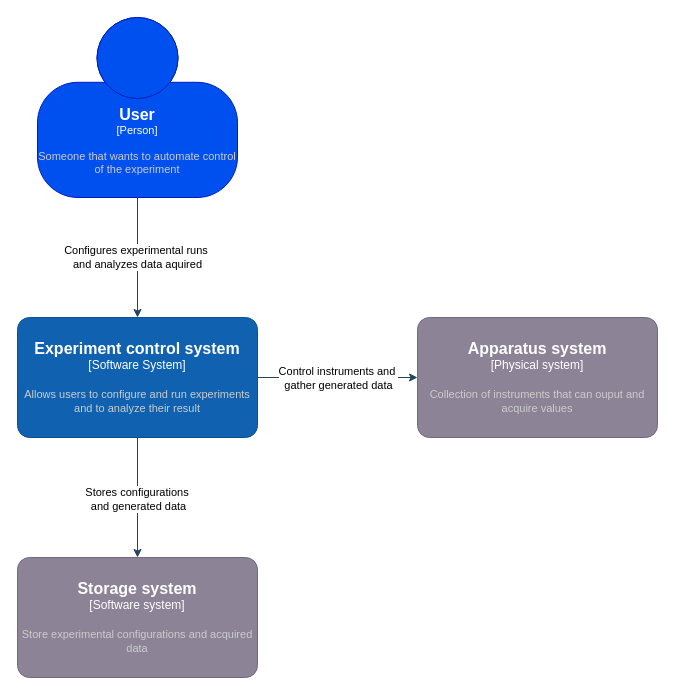
The draw.io diagram doc/source/explanations/system_context_diagram.drawio in light-scattering-iogs/caqtus, before the edit. Source tidied: cells renumbered, new cells numbered last; positions are measured from the earlier drawing's top-left corner, leaving out a move shared by most shapes. Both pictures are drawn from the tidied source at 100%, with x=0, y=0 at pixel (17, 17).
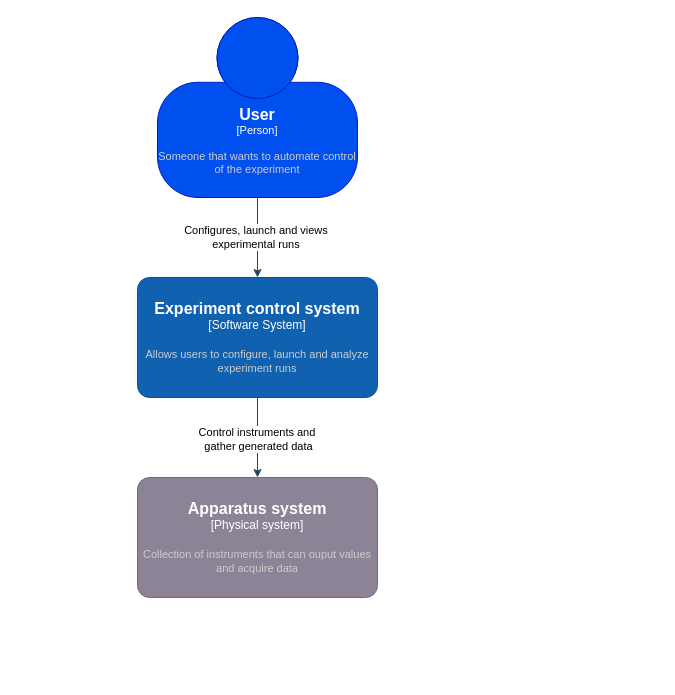
The same diagram, later.

Commit message (it also covers changes not shown here):
Improve system and container diagram in doc

What changed in the source:
```diff
@@
 <mxGraphModel background="#ffffff">
   <root>
     <mxCell id="0" />
     <mxCell id="1" parent="0" />
     <object id="2" label="&lt;font style=&quot;font-size: 16px&quot;&gt;&lt;b&gt;%c4Name%&lt;/b&gt;&lt;/font&gt;&lt;div&gt;[%c4Type%]&lt;/div&gt;&lt;br&gt;&lt;div&gt;&lt;font style=&quot;font-size: 11px&quot;&gt;&lt;font color=&quot;#cccccc&quot;&gt;%c4Description%&lt;/font&gt;&lt;/div&gt;" c4Description="Someone that wants to automate control of the experiment" c4Name="User" c4Type="Person" placeholders="1">
       <mxCell style="html=1;fontSize=11;dashed=0;whiteSpace=wrap;fillColor=#0050ef;strokeColor=#001DBC;fontColor=#ffffff;shape=mxgraph.c4.person2;align=center;points=[[0.5,0,0],[1,0.5,0],[1,0.75,0],[0.75,1,0],[0.5,1,0],[0.25,1,0],[0,0.75,0],[0,0.5,0]];" parent="1" vertex="1">
-        <mxGeometry x="20" width="200" height="180" as="geometry" />
+        <mxGeometry x="140" width="200" height="180" as="geometry" />
       </mxCell>
     </object>
-    <object id="3" label="&lt;font style=&quot;font-size: 16px&quot;&gt;&lt;b&gt;%c4Name%&lt;/b&gt;&lt;/font&gt;&lt;div&gt;[%c4Type%]&lt;/div&gt;&lt;br&gt;&lt;div&gt;&lt;font style=&quot;font-size: 11px&quot;&gt;&lt;font color=&quot;#cccccc&quot;&gt;%c4Description%&lt;/font&gt;&lt;/div&gt;" c4Description="Allows users to configure and run experiments and to analyze their result" c4Name="Experiment control system" c4Type="Software System" placeholders="1">
+    <object id="3" label="&lt;font style=&quot;font-size: 16px&quot;&gt;&lt;b&gt;%c4Name%&lt;/b&gt;&lt;/font&gt;&lt;div&gt;[%c4Type%]&lt;/div&gt;&lt;br&gt;&lt;div&gt;&lt;font style=&quot;font-size: 11px&quot;&gt;&lt;font color=&quot;#cccccc&quot;&gt;%c4Description%&lt;/font&gt;&lt;/div&gt;" c4Description="Allows users to configure, launch and analyze experiment runs" c4Name="Experiment control system" c4Type="Software System" placeholders="1">
       <mxCell style="rounded=1;whiteSpace=wrap;html=1;labelBackgroundColor=none;fillColor=#1061B0;fontColor=#ffffff;align=center;arcSize=10;strokeColor=#0D5091;points=[[0.25,0,0],[0.5,0,0],[0.75,0,0],[1,0.25,0],[1,0.5,0],[1,0.75,0],[0.75,1,0],[0.5,1,0],[0.25,1,0],[0,0.75,0],[0,0.5,0],[0,0.25,0]];" parent="1" vertex="1">
-        <mxGeometry y="300" width="240" height="120" as="geometry" />
+        <mxGeometry x="120" y="260" width="240" height="120" as="geometry" />
       </mxCell>
     </object>
     <mxCell id="4" style="edgeStyle=orthogonalEdgeStyle;rounded=0;jettySize=auto;html=1;entryX=0.5;entryY=0;entryDx=0;entryDy=0;entryPerimeter=0;strokeColor=#23445D;" parent="1" edge="1" source="2" target="3">
       <mxGeometry relative="1" as="geometry" />
     </mxCell>
-    <mxCell id="5" value="Configures experimental runs&amp;nbsp;&lt;div&gt;and analyzes data aquired&lt;/div&gt;" style="edgeLabel;html=1;align=center;verticalAlign=middle;strokeColor=#FFFFFF;fontColor=#000000;fillColor=#182E3E;labelBackgroundColor=#ffffff;" parent="4" vertex="1">
+    <mxCell id="5" value="Configures, launch and views&amp;nbsp;&lt;div&gt;experimental runs&amp;nbsp;&lt;/div&gt;" style="edgeLabel;html=1;align=center;verticalAlign=middle;strokeColor=#FFFFFF;fontColor=#000000;fillColor=#182E3E;labelBackgroundColor=#ffffff;" parent="4" vertex="1">
       <mxGeometry x="-0.02" y="-1" relative="1" as="geometry" />
     </mxCell>
-    <object id="6" label="&lt;font style=&quot;font-size: 16px&quot;&gt;&lt;b&gt;%c4Name%&lt;/b&gt;&lt;/font&gt;&lt;div&gt;[%c4Type%]&lt;/div&gt;&lt;br&gt;&lt;div&gt;&lt;font style=&quot;font-size: 11px&quot;&gt;&lt;font color=&quot;#cccccc&quot;&gt;%c4Description%&lt;/font&gt;&lt;/div&gt;" c4Description="Collection of instruments that can ouput and acquire values" c4Name="Apparatus system" c4Type="Physical system" placeholders="1">
+    <object id="6" label="&lt;font style=&quot;font-size: 16px&quot;&gt;&lt;b&gt;%c4Name%&lt;/b&gt;&lt;/font&gt;&lt;div&gt;[%c4Type%]&lt;/div&gt;&lt;br&gt;&lt;div&gt;&lt;font style=&quot;font-size: 11px&quot;&gt;&lt;font color=&quot;#cccccc&quot;&gt;%c4Description%&lt;/font&gt;&lt;/div&gt;" c4Description="Collection of instruments that can ouput values and acquire data" c4Name="Apparatus system" c4Type="Physical system" placeholders="1">
       <mxCell style="rounded=1;whiteSpace=wrap;html=1;labelBackgroundColor=none;fillColor=#8C8496;fontColor=#ffffff;align=center;arcSize=10;strokeColor=#736782;points=[[0.25,0,0],[0.5,0,0],[0.75,0,0],[1,0.25,0],[1,0.5,0],[1,0.75,0],[0.75,1,0],[0.5,1,0],[0.25,1,0],[0,0.75,0],[0,0.5,0],[0,0.25,0]];" parent="1" vertex="1">
-        <mxGeometry x="400" y="300" width="240" height="120" as="geometry" />
+        <mxGeometry x="120" y="460" width="240" height="120" as="geometry" />
       </mxCell>
     </object>
-    <object id="7" label="&lt;font style=&quot;font-size: 16px&quot;&gt;&lt;b&gt;%c4Name%&lt;/b&gt;&lt;/font&gt;&lt;div&gt;[%c4Type%]&lt;/div&gt;&lt;br&gt;&lt;div&gt;&lt;font style=&quot;font-size: 11px&quot;&gt;&lt;font color=&quot;#cccccc&quot;&gt;%c4Description%&lt;/font&gt;&lt;/div&gt;" c4Description="Store experimental configurations and acquired data" c4Name="Storage system" c4Type="Software system" placeholders="1">
-      <mxCell style="rounded=1;whiteSpace=wrap;html=1;labelBackgroundColor=none;fillColor=#8C8496;fontColor=#ffffff;align=center;arcSize=10;strokeColor=#736782;points=[[0.25,0,0],[0.5,0,0],[0.75,0,0],[1,0.25,0],[1,0.5,0],[1,0.75,0],[0.75,1,0],[0.5,1,0],[0.25,1,0],[0,0.75,0],[0,0.5,0],[0,0.25,0]];" parent="1" vertex="1">
-        <mxGeometry y="540" width="240" height="120" as="geometry" />
-      </mxCell>
-    </object>
-    <mxCell id="8" style="edgeStyle=orthogonalEdgeStyle;rounded=0;jettySize=auto;html=1;entryX=0;entryY=0.5;entryDx=0;entryDy=0;entryPerimeter=0;strokeColor=#23445D;" parent="1" edge="1" source="3" target="6">
+    <mxCell id="8" style="edgeStyle=orthogonalEdgeStyle;rounded=0;jettySize=auto;html=1;entryX=0.5;entryY=0;entryDx=0;entryDy=0;entryPerimeter=0;strokeColor=#23445D;exitX=0.5;exitY=1;exitDx=0;exitDy=0;exitPerimeter=0;" parent="1" edge="1" source="3" target="6">
       <mxGeometry relative="1" as="geometry" />
     </mxCell>
     <mxCell id="9" value="Control instruments and&amp;nbsp;&lt;div&gt;gather generated data&lt;/div&gt;" style="edgeLabel;html=1;align=center;verticalAlign=middle;strokeColor=#FFFFFF;fontColor=#000000;fillColor=#182E3E;labelBackgroundColor=#ffffff;" parent="8" vertex="1">
       <mxGeometry x="0.07" y="-2" relative="1" as="geometry">
-        <mxPoint x="-6" y="-2" as="offset" />
+        <mxPoint x="2" y="-2" as="offset" />
       </mxGeometry>
     </mxCell>
-    <mxCell id="10" style="edgeStyle=orthogonalEdgeStyle;rounded=0;jettySize=auto;html=1;entryX=0.5;entryY=0;entryDx=0;entryDy=0;entryPerimeter=0;strokeColor=#23445D;" parent="1" edge="1" source="3" target="7">
-      <mxGeometry relative="1" as="geometry" />
-    </mxCell>
-    <mxCell id="11" value="Stores configurations&amp;nbsp;&lt;div&gt;and generated data&lt;/div&gt;" style="edgeLabel;html=1;align=center;verticalAlign=middle;strokeColor=#FFFFFF;fontColor=#000000;fillColor=#182E3E;labelBackgroundColor=#ffffff;" parent="10" vertex="1">
-      <mxGeometry x="-0.04" y="-1" relative="1" as="geometry">
-        <mxPoint x="1" y="3" as="offset" />
-      </mxGeometry>
-    </mxCell>
   </root>
 </mxGraphModel>
```
